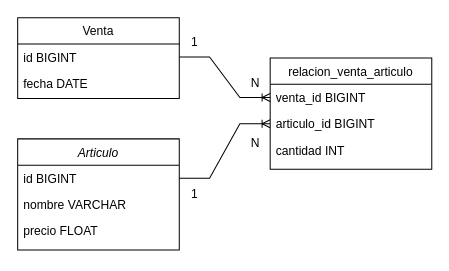
Haoen219/ProyectoFinal keeps this draw.io diagram as Diagramas/Relacion.drawio. Above is the earlier version. Source tidied: cells renumbered, new cells numbered last; positions are measured from the earlier drawing's top-left corner, leaving out a move shared by most shapes. Both pictures are drawn from the tidied source at 101%, with x=0, y=0 at pixel (17, 17).
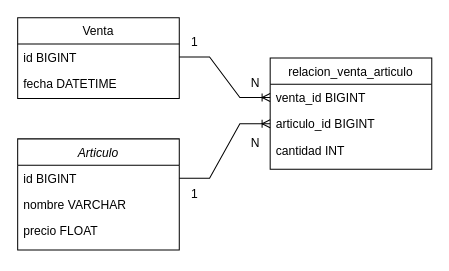
Above is the later version.

The edit, as a diff of the source:
```diff
@@
 <mxGraphModel>
   <root>
     <mxCell id="0" />
     <mxCell id="1" parent="0" />
     <mxCell id="2" value="Articulo" style="swimlane;fontStyle=2;align=center;verticalAlign=top;horizontal=1;startSize=26;rounded=0;shadow=0;strokeWidth=1;" parent="1" vertex="1">
       <mxGeometry y="120" width="160" height="110" as="geometry" />
     </mxCell>
     <mxCell id="3" value="id BIGINT" style="text;align=left;verticalAlign=top;spacingLeft=4;spacingRight=4;overflow=hidden;points=[[0,0.5],[1,0.5]];portConstraint=eastwest;" parent="2" vertex="1">
       <mxGeometry y="26" width="160" height="26" as="geometry" />
     </mxCell>
     <mxCell id="4" value="nombre VARCHAR" style="text;align=left;verticalAlign=top;spacingLeft=4;spacingRight=4;overflow=hidden;" parent="2" vertex="1">
       <mxGeometry y="52" width="160" height="26" as="geometry" />
     </mxCell>
     <mxCell id="5" value="precio FLOAT" style="text;align=left;verticalAlign=top;spacingLeft=4;spacingRight=4;overflow=hidden;rounded=0;shadow=0;html=0;" parent="2" vertex="1">
       <mxGeometry y="78" width="160" height="32" as="geometry" />
     </mxCell>
     <mxCell id="6" value="Venta" style="swimlane;fontStyle=0;align=center;verticalAlign=top;horizontal=1;startSize=26;rounded=0;shadow=0;strokeWidth=1;" parent="1" vertex="1">
       <mxGeometry width="160" height="80" as="geometry" />
     </mxCell>
     <mxCell id="7" value="id BIGINT" style="text;align=left;verticalAlign=top;spacingLeft=4;spacingRight=4;overflow=hidden;points=[[0,0.5],[1,0.5]];portConstraint=eastwest;rounded=0;shadow=0;html=0;" parent="6" vertex="1">
       <mxGeometry y="26" width="160" height="26" as="geometry" />
     </mxCell>
-    <mxCell id="8" value="fecha DATE" style="text;align=left;verticalAlign=top;spacingLeft=4;spacingRight=4;overflow=hidden;rounded=0;shadow=0;html=0;" parent="6" vertex="1">
+    <mxCell id="8" value="fecha DATETIME" style="text;align=left;verticalAlign=top;spacingLeft=4;spacingRight=4;overflow=hidden;rounded=0;shadow=0;html=0;" parent="6" vertex="1">
       <mxGeometry y="52" width="160" height="26" as="geometry" />
     </mxCell>
     <mxCell id="9" value="relacion_venta_articulo" style="swimlane;fontStyle=0;align=center;verticalAlign=top;horizontal=1;startSize=26;rounded=0;shadow=0;strokeWidth=1;" parent="1" vertex="1">
       <mxGeometry x="250" y="40" width="160" height="110" as="geometry" />
     </mxCell>
     <mxCell id="10" value="venta_id BIGINT" style="text;align=left;verticalAlign=top;spacingLeft=4;spacingRight=4;overflow=hidden;points=[[0,0.5],[1,0.5]];portConstraint=eastwest;rounded=0;shadow=0;html=0;" parent="9" vertex="1">
       <mxGeometry y="26" width="160" height="26" as="geometry" />
     </mxCell>
     <mxCell id="11" value="articulo_id BIGINT" style="text;align=left;verticalAlign=top;spacingLeft=4;spacingRight=4;overflow=hidden;points=[[0,0.5],[1,0.5]];portConstraint=eastwest;rounded=0;shadow=0;html=0;" parent="9" vertex="1">
       <mxGeometry y="52" width="160" height="26" as="geometry" />
     </mxCell>
     <mxCell id="12" value="cantidad INT" style="text;align=left;verticalAlign=top;spacingLeft=4;spacingRight=4;overflow=hidden;rounded=0;shadow=0;html=0;" parent="9" vertex="1">
       <mxGeometry y="78" width="160" height="26" as="geometry" />
     </mxCell>
     <mxCell id="13" value="N" style="text;html=1;align=center;verticalAlign=middle;strokeColor=none;fillColor=none;" parent="1" vertex="1">
       <mxGeometry x="220" y="50" width="30" height="30" as="geometry" />
     </mxCell>
     <mxCell id="14" value="N" style="text;html=1;align=center;verticalAlign=middle;strokeColor=none;fillColor=none;" parent="1" vertex="1">
       <mxGeometry x="220" y="110" width="30" height="30" as="geometry" />
     </mxCell>
     <mxCell id="15" value="1" style="text;html=1;align=center;verticalAlign=middle;strokeColor=none;fillColor=none;" parent="1" vertex="1">
       <mxGeometry x="160" y="10" width="30" height="30" as="geometry" />
     </mxCell>
     <mxCell id="16" value="1" style="text;html=1;align=center;verticalAlign=middle;strokeColor=none;fillColor=none;" parent="1" vertex="1">
       <mxGeometry x="160" y="160" width="30" height="30" as="geometry" />
     </mxCell>
     <mxCell id="17" style="edgeStyle=entityRelationEdgeStyle;fontSize=12;html=1;endArrow=ERoneToMany;rounded=0;" parent="1" edge="1" source="3" target="11">
       <mxGeometry relative="1" as="geometry" />
     </mxCell>
     <mxCell id="18" style="edgeStyle=entityRelationEdgeStyle;fontSize=12;html=1;endArrow=ERoneToMany;rounded=0;" parent="1" edge="1" source="7" target="10">
       <mxGeometry relative="1" as="geometry" />
     </mxCell>
   </root>
 </mxGraphModel>
```
